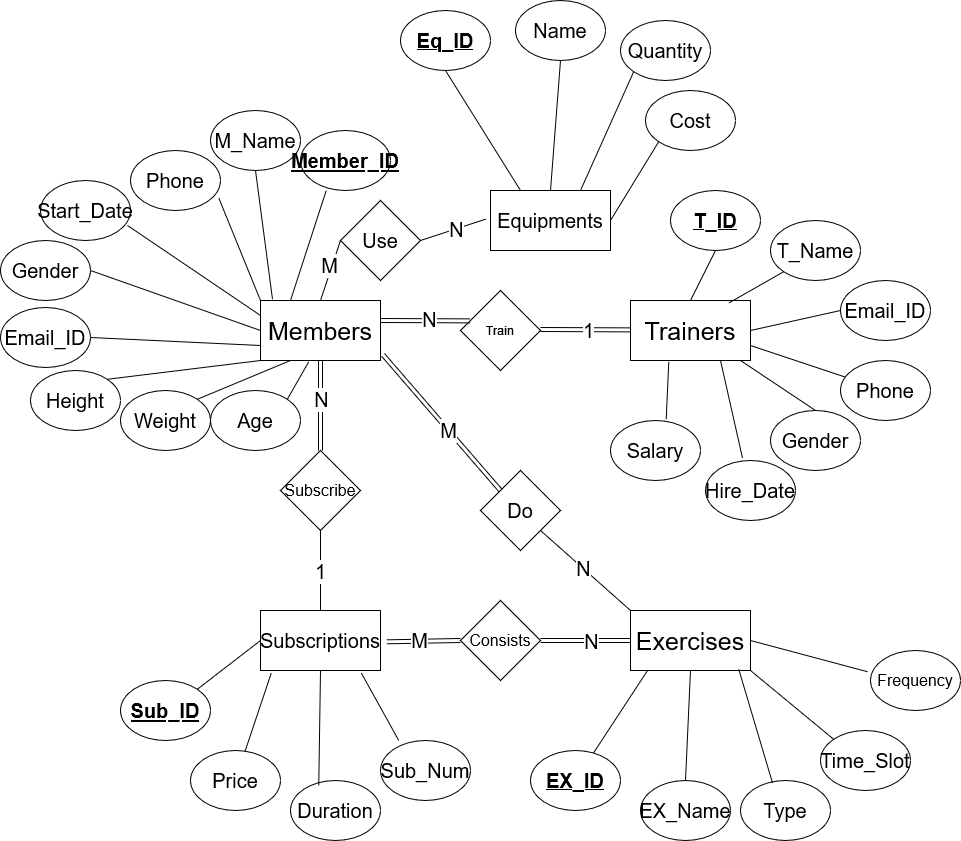
THChou1220/dbms_finalproject keeps this draw.io diagram as ER_Model.png. Above is the earlier version. Source tidied: cells renumbered, new cells last; positions are measured from the earlier drawing's top-left corner, leaving out a move shared by most shapes.
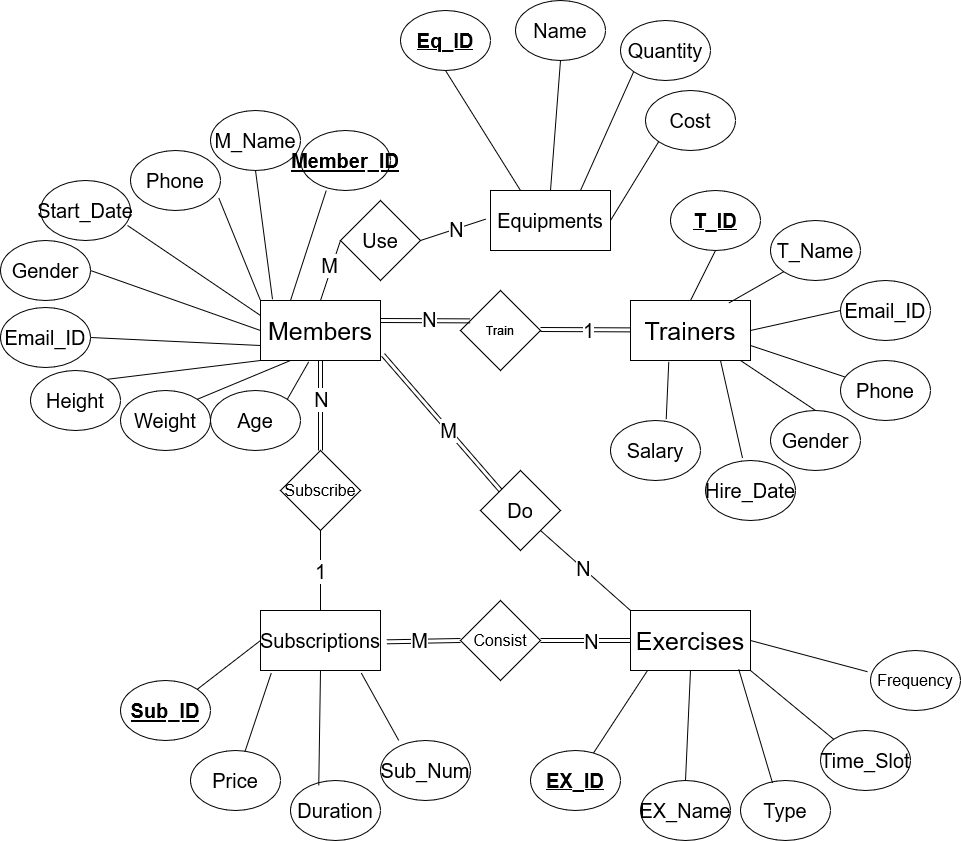
The same diagram one commit later.

Commit message:
Update Back-End, ER_Model, Relational_Schema

The edit, as a diff of the source:
```diff
@@ -23,7 +23,7 @@
     <mxCell id="8" value="&lt;font style=&quot;font-size: 20px;&quot;&gt;Use&lt;/font&gt;" style="rhombus;whiteSpace=wrap;html=1;" parent="1" vertex="1">
       <mxGeometry x="340" y="200" width="80" height="80" as="geometry" />
     </mxCell>
-    <mxCell id="9" value="&lt;font style=&quot;font-size: 16px;&quot;&gt;Consists&lt;/font&gt;" style="rhombus;whiteSpace=wrap;html=1;" parent="1" vertex="1">
+    <mxCell id="9" value="&lt;font style=&quot;font-size: 16px;&quot;&gt;Consist&lt;/font&gt;" style="rhombus;whiteSpace=wrap;html=1;" parent="1" vertex="1">
       <mxGeometry x="460" y="600" width="80" height="80" as="geometry" />
     </mxCell>
     <mxCell id="10" value="Train" style="rhombus;whiteSpace=wrap;html=1;" parent="1" vertex="1">
```
